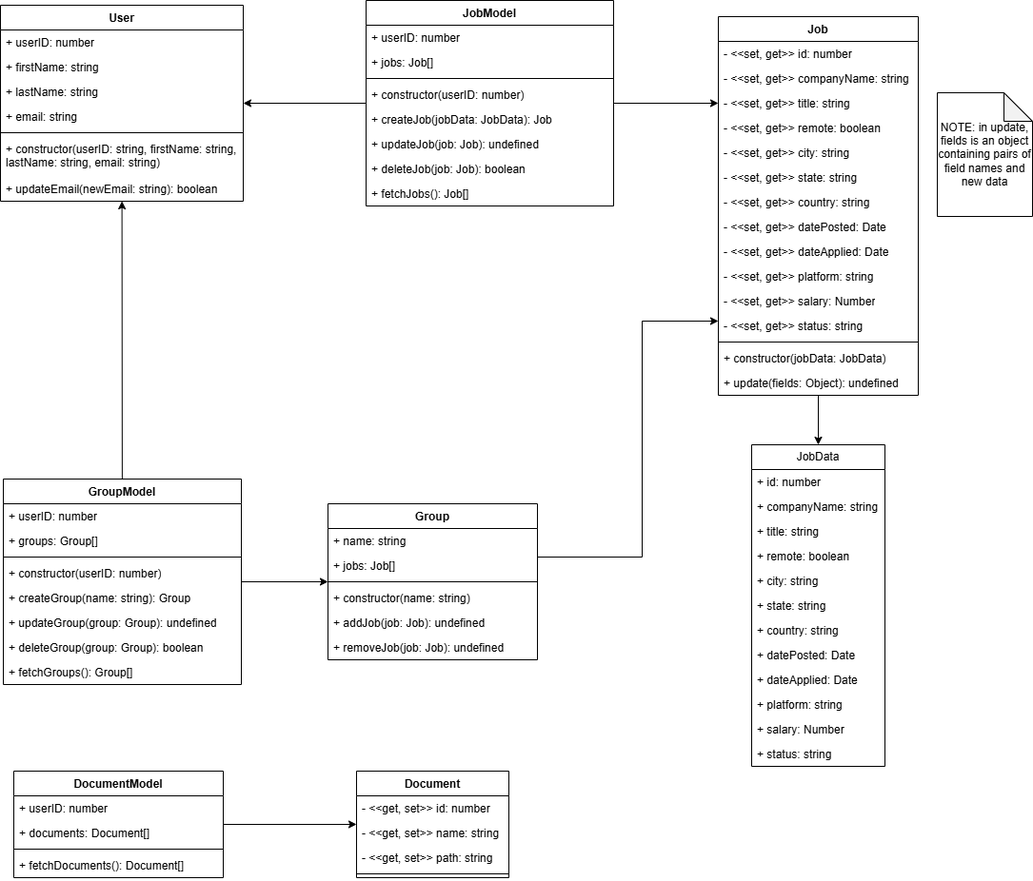
This is Documentation/diagrams/component/component-data-model.drawio.png from Masonluna/BusyBee, a draw.io export, as it was before one commit. Source tidied: cells renumbered, new cells last; positions are measured from the earlier drawing's top-left corner, leaving out a move shared by most shapes.
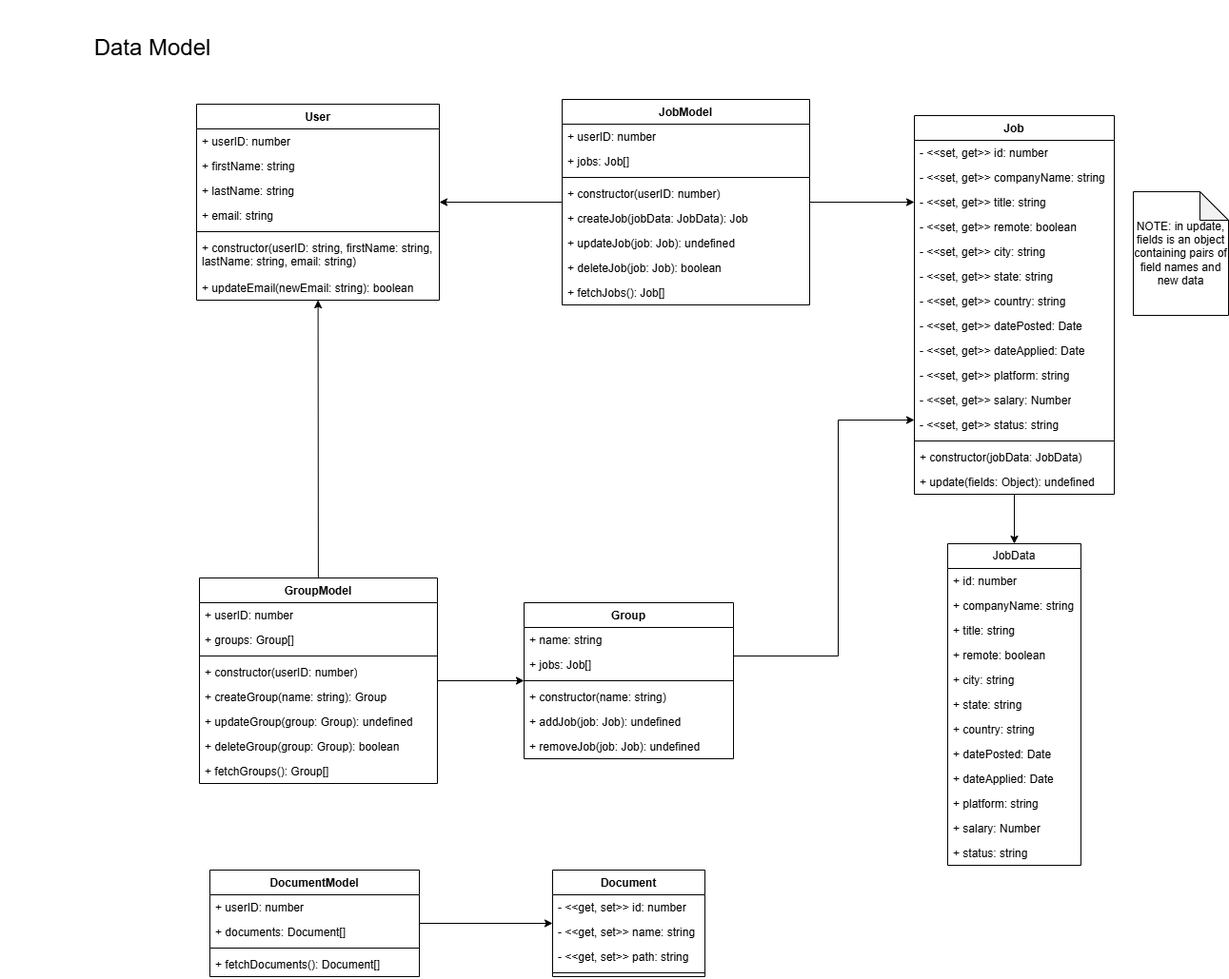
Above is the later version.

Commit message:
Added titles to component diagrams

The edit, as a diff of the source:
```diff
@@ -247,5 +247,8 @@
     <mxCell id="81" style="endArrow=classic;html=1;rounded=0;" parent="1" edge="1" source="76" target="71">
       <mxGeometry relative="1" as="geometry" />
     </mxCell>
+    <mxCell id="82" value="Data Model" style="text;html=1;align=center;verticalAlign=middle;whiteSpace=wrap;rounded=0;fontSize=24;" parent="1" vertex="1">
+      <mxGeometry x="-206" y="-104" width="320" height="100" as="geometry" />
+    </mxCell>
   </root>
 </mxGraphModel>
```
